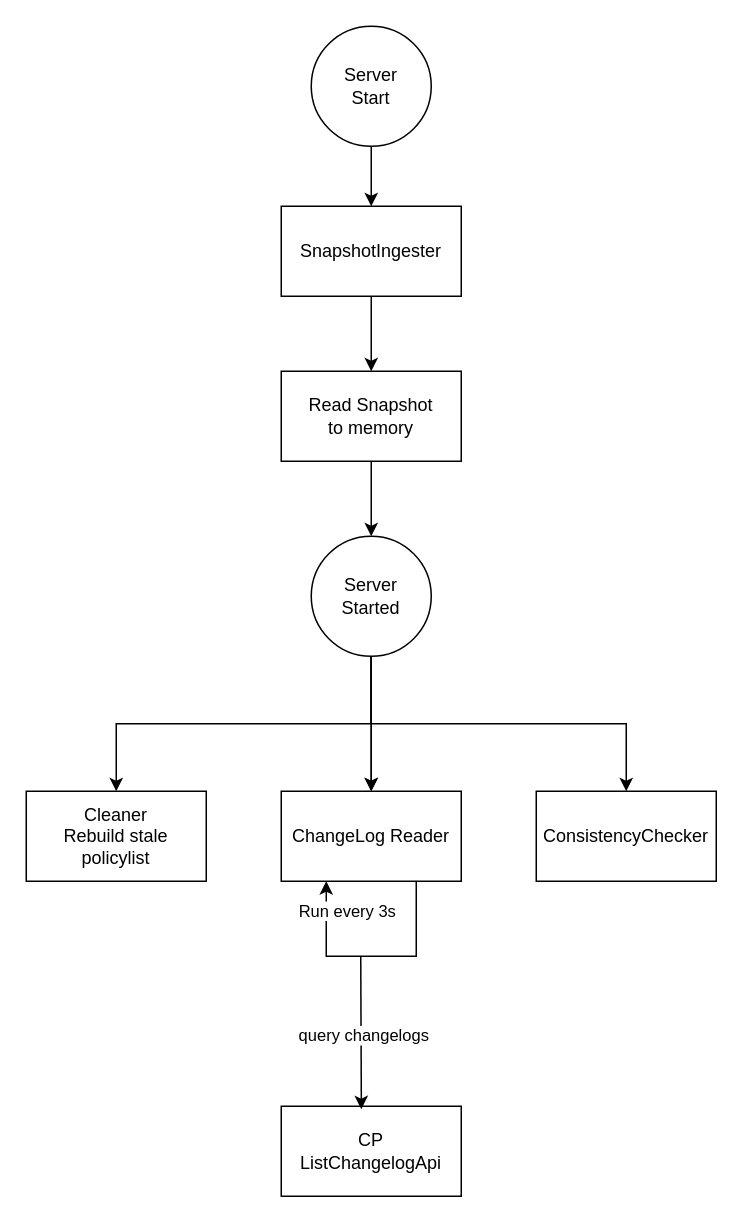
The draw.io diagram Authz5-dp architecture.drawio in evagle/awesome, before the edit. Source tidied: cells renumbered, new cells numbered last; positions are measured from the earlier drawing's top-left corner, leaving out a move shared by most shapes. Both pictures are drawn from the tidied source at 150%, with x=0, y=0 at pixel (26, 26).
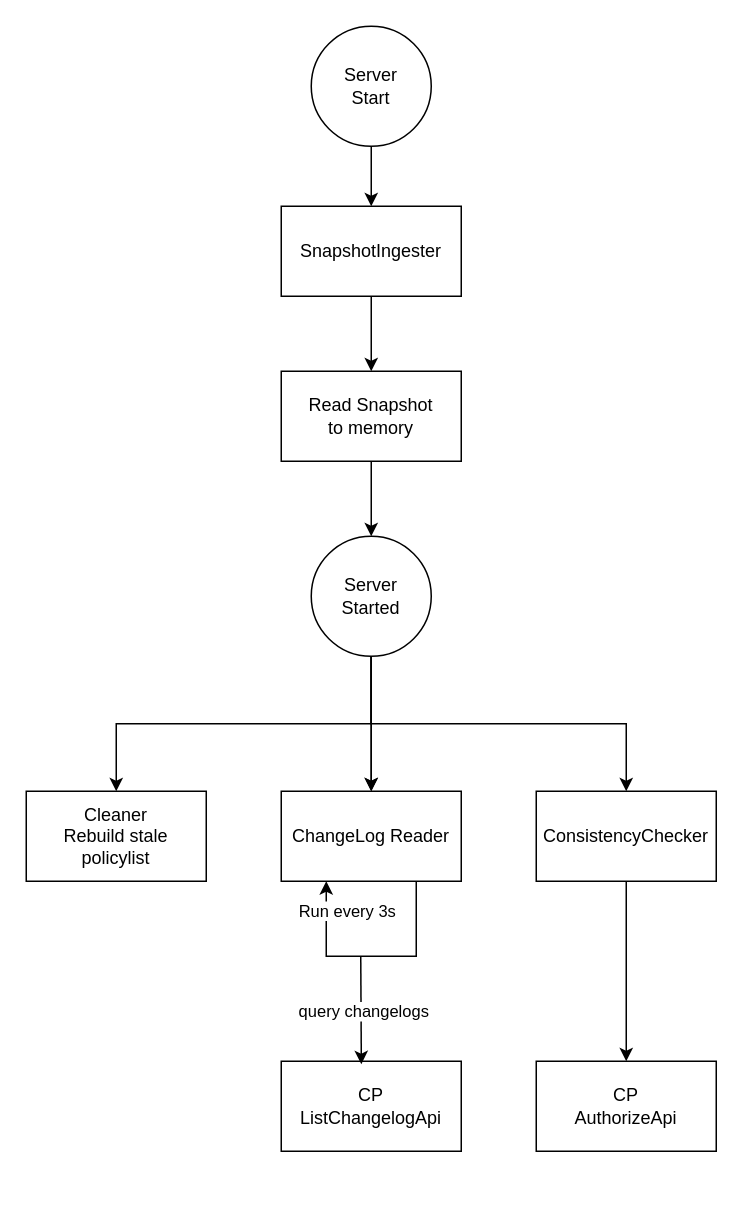
The same page after the edit.

The change refers to these unchanged cells:
```xml
<mxCell id="20" value="ConsistencyChecker" style="whiteSpace=wrap;html=1;" parent="1" vertex="1">
  <mxGeometry x="340" y="510" width="120" height="60" as="geometry" />
</mxCell>
```

Diff of the diagram source:
```diff
@@
     <mxCell id="16" value="CP&lt;br&gt;ListChangelogApi" style="whiteSpace=wrap;html=1;" parent="1" vertex="1">
-      <mxGeometry x="170" y="720" width="120" height="60" as="geometry" />
+      <mxGeometry x="170" y="690" width="120" height="60" as="geometry" />
     </mxCell>
@@
+    <mxCell id="21" style="edgeStyle=orthogonalEdgeStyle;rounded=0;jettySize=auto;html=1;exitX=0.5;exitY=1;exitDx=0;exitDy=0;" parent="1" edge="1" source="20" target="22">
+      <mxGeometry relative="1" as="geometry" />
+    </mxCell>
@@
+    <mxCell id="22" value="CP&lt;br&gt;AuthorizeApi" style="whiteSpace=wrap;html=1;" parent="1" vertex="1">
+      <mxGeometry x="340" y="690" width="120" height="60" as="geometry" />
+    </mxCell>
```
